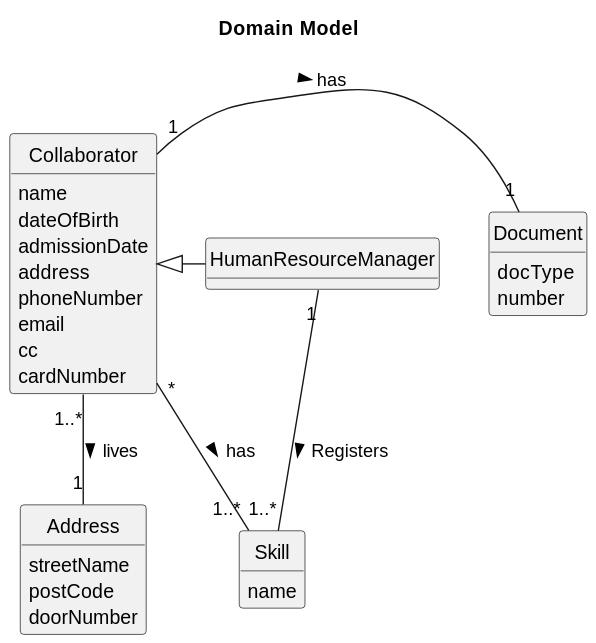
The PlantUML diagram docs/sprint2/us04/02.analysis/svg/us04-domain-model.svg in Departamento-de-Engenharia-Informatica/lei-24-s2-1db-g022, before a commit.
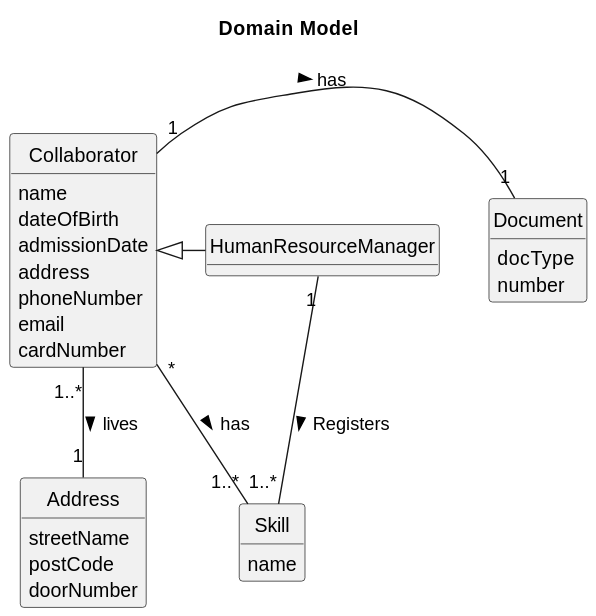
Later version of the same file.

Commit message:
Corretion in US04 and US08 domain model and Class diagram

What changed in the source:
```diff
@@ -16,7 +16,6 @@
     address
     phoneNumber
     email
-    cc
     cardNumber
 
 }
```
